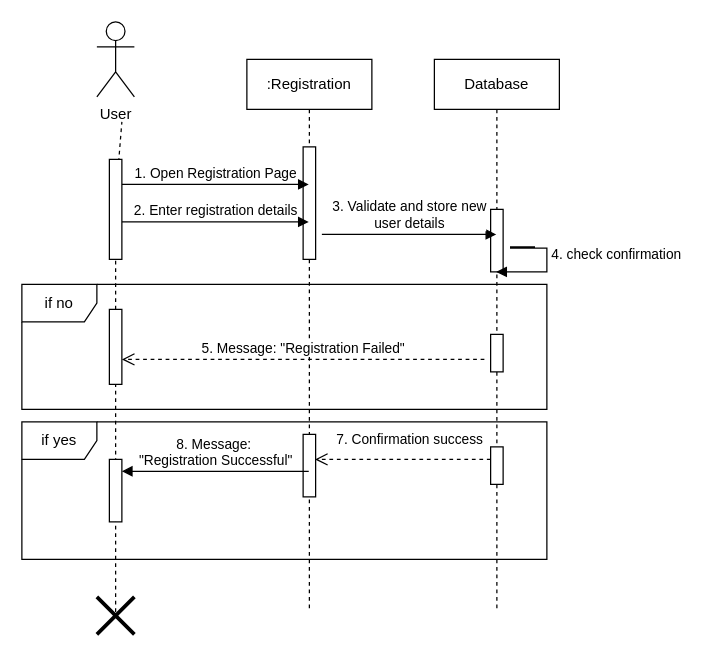
Earlier version of the draw.io diagram page "Registration" (1 of 15) of Sequence Diagram.drawio (shamim36/Final-Defence-Diagram). Source tidied: cells renumbered, new cells numbered last; positions are measured from the earlier drawing's top-left corner, leaving out a move shared by most shapes. Both pictures are drawn from the tidied source at 125%, with x=0, y=0 at pixel (21, 21).
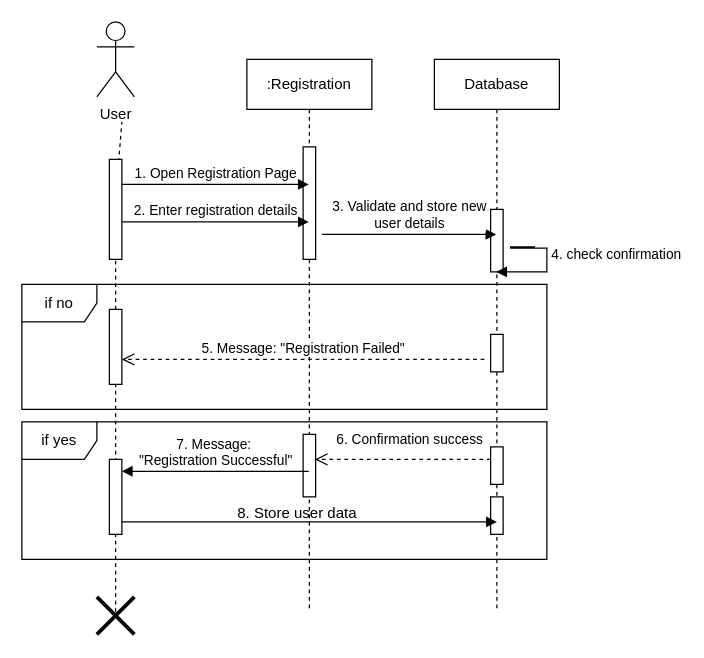
Above is the later version.

The change refers to these unchanged cells:
```xml
<mxCell id="4" value="Database" style="shape=umlLifeline;perimeter=lifelinePerimeter;whiteSpace=wrap;html=1;newEdgeStyle={&quot;edgeStyle&quot;:&quot;elbowEdgeStyle&quot;,&quot;elbow&quot;:&quot;vertical&quot;,&quot;curved&quot;:0,&quot;rounded&quot;:0};" parent="1" vertex="1">
  <mxGeometry x="330" y="30" width="100" height="440" as="geometry" />
</mxCell>
```

Diff of the diagram source:
```diff
@@
+    <mxCell id="27" style="html=1;perimeter=orthogonalPerimeter;targetShapes=umlLifeline;newEdgeStyle={&quot;curved&quot;:0,&quot;rounded&quot;:0};" parent="4" vertex="1">
+      <mxGeometry x="45" y="350" width="10" height="30" as="geometry" />
+    </mxCell>
@@
-    <mxCell id="21" value="8. Message:&amp;nbsp;&lt;div&gt;&quot;Registration Successful&quot;&lt;/div&gt;" style="html=1;verticalAlign=bottom;endArrow=block;curved=0;rounded=0;" parent="1" edge="1">
+    <mxCell id="21" value="7. Message:&amp;nbsp;&lt;div&gt;&quot;Registration Successful&quot;&lt;/div&gt;" style="html=1;verticalAlign=bottom;endArrow=block;curved=0;rounded=0;" parent="1" edge="1">
       <mxGeometry relative="1" as="geometry">
         <mxPoint x="229.5" y="359.5" as="sourcePoint" />
         <mxPoint x="80" y="359.5" as="targetPoint" />
       </mxGeometry>
     </mxCell>
     <mxCell id="22" style="html=1;perimeter=orthogonalPerimeter;targetShapes=umlLifeline;newEdgeStyle={&quot;curved&quot;:0,&quot;rounded&quot;:0};" parent="1" vertex="1">
-      <mxGeometry x="70" y="350" width="10" height="50" as="geometry" />
+      <mxGeometry x="70" y="350" width="10" height="60" as="geometry" />
     </mxCell>
@@
-    <mxCell id="25" value="&lt;span style=&quot;color: rgb(0, 0, 0); font-family: Helvetica; font-size: 11px; font-style: normal; font-variant-ligatures: normal; font-variant-caps: normal; font-weight: 400; letter-spacing: normal; orphans: 2; text-align: center; text-indent: 0px; text-transform: none; widows: 2; word-spacing: 0px; -webkit-text-stroke-width: 0px; white-space: nowrap; background-color: rgb(255, 255, 255); text-decoration-thickness: initial; text-decoration-style: initial; text-decoration-color: initial; float: none; display: inline !important;&quot;&gt;7. Confirmation success&lt;/span&gt;" style="text;whiteSpace=wrap;html=1;" parent="1" vertex="1">
+    <mxCell id="25" value="&lt;span style=&quot;color: rgb(0, 0, 0); font-family: Helvetica; font-size: 11px; font-style: normal; font-variant-ligatures: normal; font-variant-caps: normal; font-weight: 400; letter-spacing: normal; orphans: 2; text-align: center; text-indent: 0px; text-transform: none; widows: 2; word-spacing: 0px; -webkit-text-stroke-width: 0px; white-space: nowrap; background-color: rgb(255, 255, 255); text-decoration-thickness: initial; text-decoration-style: initial; text-decoration-color: initial; float: none; display: inline !important;&quot;&gt;6. Confirmation success&lt;/span&gt;" style="text;whiteSpace=wrap;html=1;" parent="1" vertex="1">
       <mxGeometry x="250" y="320" width="70" height="20" as="geometry" />
     </mxCell>
@@
+    <mxCell id="28" style="html=1;verticalAlign=bottom;endArrow=block;curved=0;rounded=0;" parent="1" edge="1">
+      <mxGeometry relative="1" as="geometry">
+        <mxPoint x="80" y="400" as="sourcePoint" />
+        <mxPoint x="380" y="400" as="targetPoint" />
+      </mxGeometry>
+    </mxCell>
+    <mxCell id="29" value="8. Store user data" style="text;html=1;align=center;verticalAlign=middle;strokeColor=none;fillColor=none;" parent="1" vertex="1">
+      <mxGeometry x="160" y="378" width="120" height="30" as="geometry" />
+    </mxCell>
```
